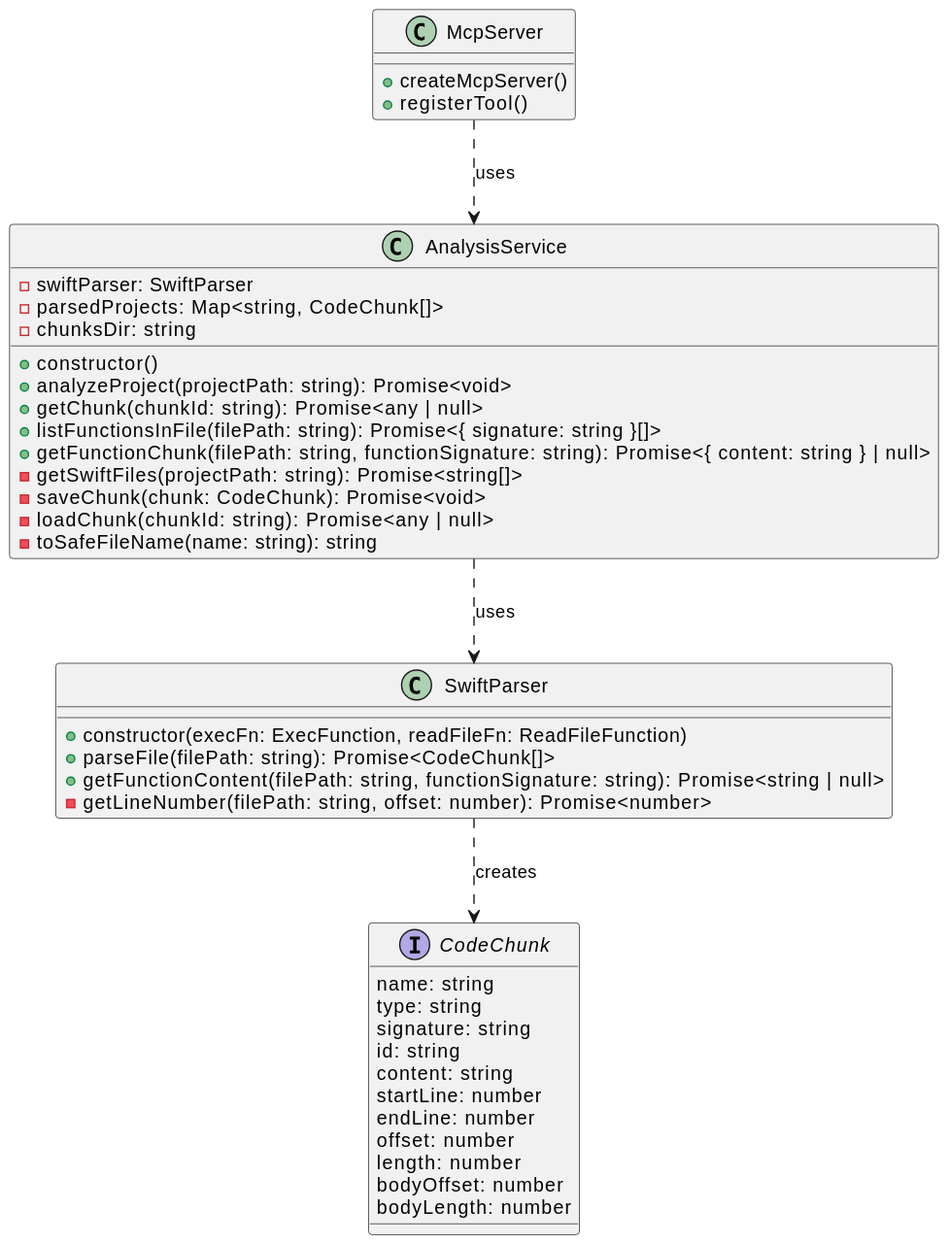
Earlier version of the PlantUML export doc/diagrams/class_diagram.svg (aoitan/project-analyzer-mcp).
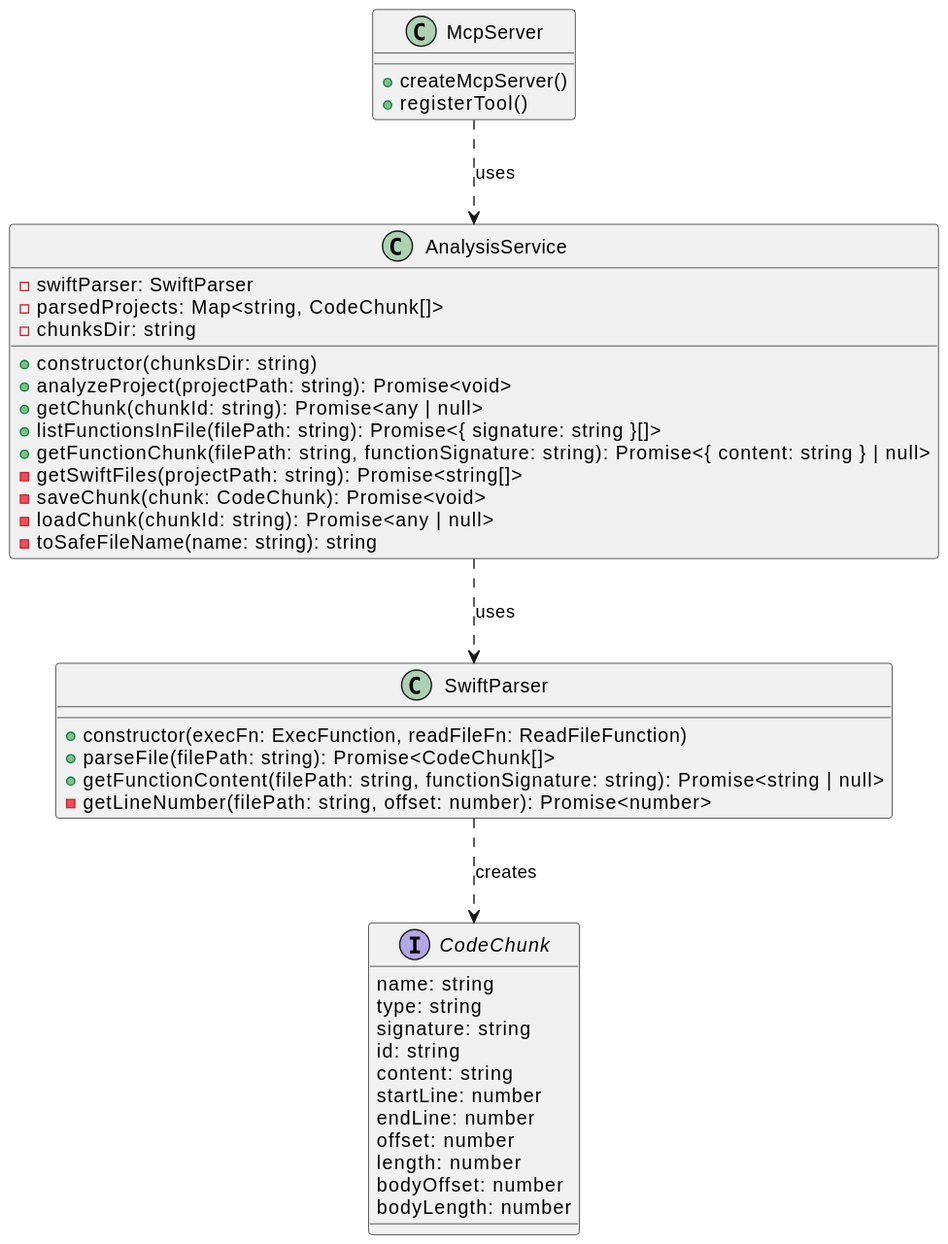
The same file after the commit.

Diff of the diagram source:
```diff
@@ -8,7 +8,7 @@
   - swiftParser: SwiftParser
   - parsedProjects: Map<string, CodeChunk[]>
   - chunksDir: string
-  + constructor()
+  + constructor(chunksDir: string)
   + analyzeProject(projectPath: string): Promise<void>
   + getChunk(chunkId: string): Promise<any | null>
   + listFunctionsInFile(filePath: string): Promise<{ signature: string }[]>
```
